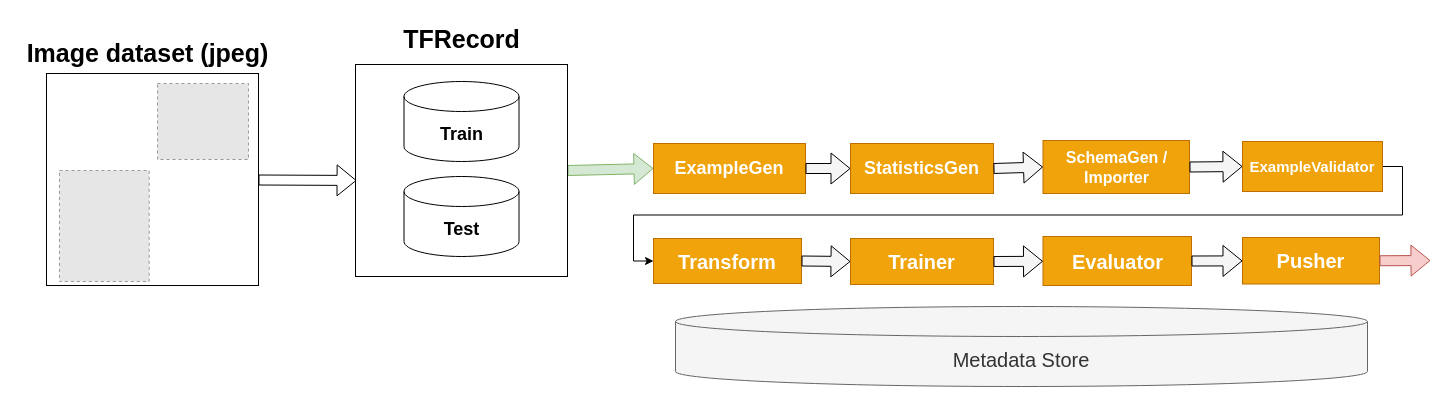
This is TFX/pipeline-architecture.drawio from hadi-ansari/MLOps, a draw.io file, before an edit. Source tidied: cells renumbered, new cells numbered last; positions are measured from the earlier drawing's top-left corner, leaving out a move shared by most shapes. Both pictures are drawn from the tidied source at 100%, with x=0, y=0 at pixel (17, 17). Pictures stored in the file or linked from it are replaced by grey dashed boxes.
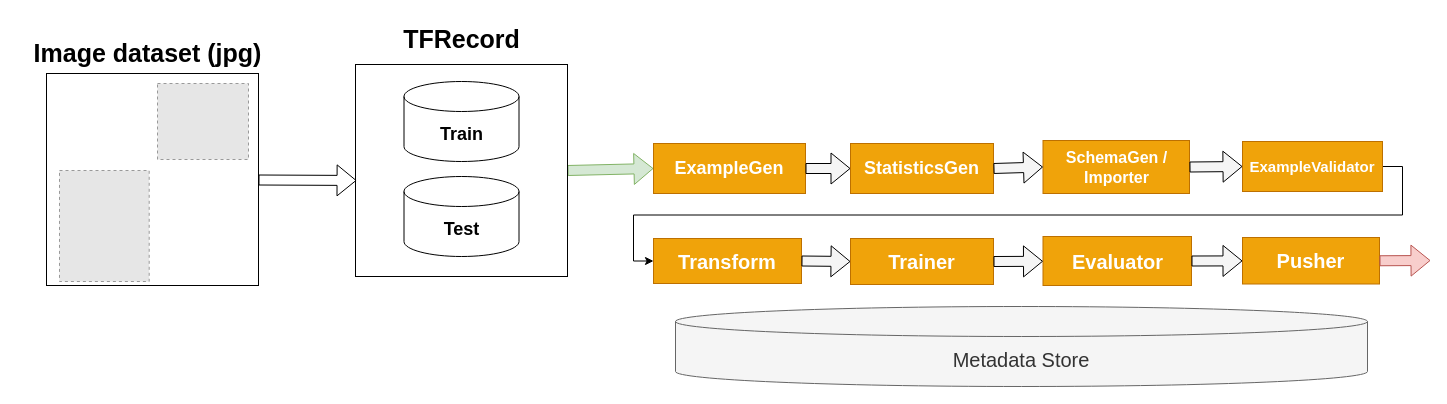
The same page after the edit.

What changed in the source:
```diff
@@
-    <mxCell id="26" value="&lt;b&gt;&lt;font style=&quot;font-size: 25px;&quot;&gt;Image dataset (jpeg)&lt;/font&gt;&lt;/b&gt;" style="text;html=1;align=center;verticalAlign=middle;strokeColor=none;fillColor=none;" parent="1" vertex="1">
-      <mxGeometry y="14" width="260" height="42" as="geometry" />
+    <mxCell id="26" value="&lt;b&gt;&lt;font style=&quot;font-size: 25px;&quot;&gt;Image dataset (jpg)&lt;/font&gt;&lt;/b&gt;" style="text;html=1;align=center;verticalAlign=middle;strokeColor=none;fillColor=none;" parent="1" vertex="1">
+      <mxGeometry x="7" y="14" width="246" height="42" as="geometry" />
     </mxCell>
```
